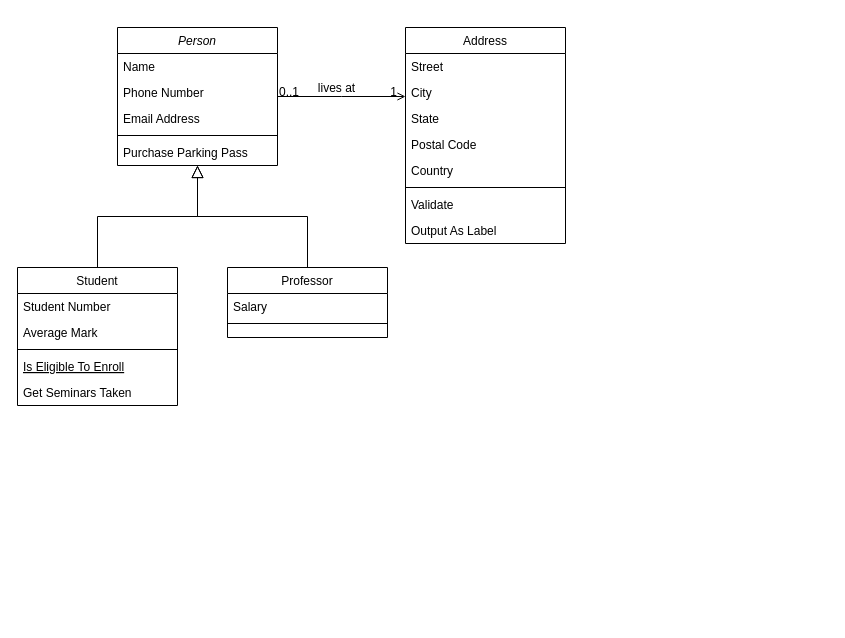
Above: Szinező/Szinezo_UML.drawio in sandbox-jatek/aktivjatekok (draw.io), before the change. Source tidied: cells renumbered, new cells numbered last; positions are measured from the earlier drawing's top-left corner, leaving out a move shared by most shapes. Both pictures are drawn from the tidied source at 100%, with x=0, y=0 at pixel (17, 27).
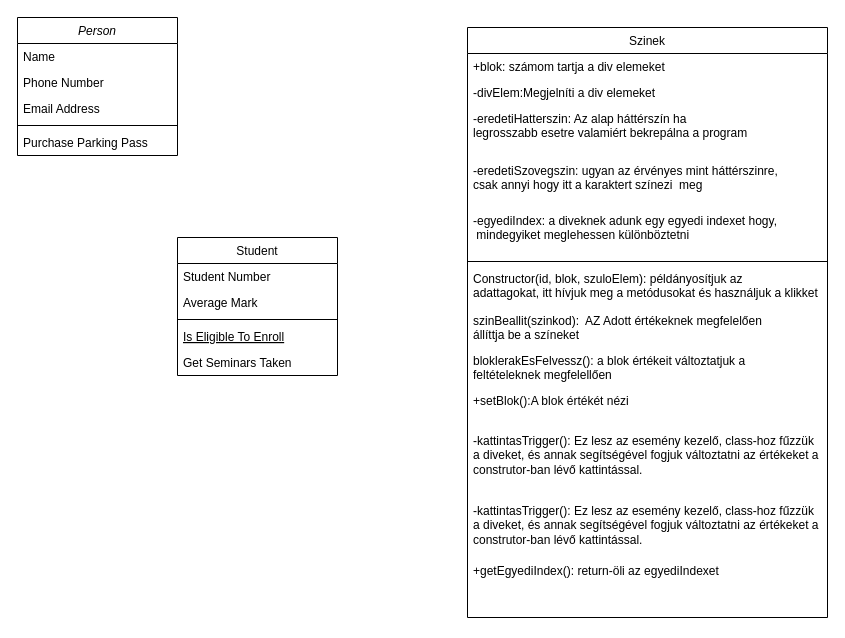
The same diagram, later.

Commit message (it also covers changes not shown here):
Szinező dizájn és UML ábra frissítése

What changed in the source:
```diff
@@
     <mxCell id="2" value="Person" style="swimlane;fontStyle=2;align=center;verticalAlign=top;horizontal=1;startSize=26;rounded=0;shadow=0;strokeWidth=1;" parent="1" vertex="1">
-      <mxGeometry x="100" width="160" height="138" as="geometry" />
+      <mxGeometry y="-10" width="160" height="138" as="geometry" />
     </mxCell>
@@
     <mxCell id="8" value="Student" style="swimlane;fontStyle=0;align=center;verticalAlign=top;horizontal=1;startSize=26;rounded=0;shadow=0;strokeWidth=1;" parent="1" vertex="1">
-      <mxGeometry y="240" width="160" height="138" as="geometry" />
+      <mxGeometry x="160" y="210" width="160" height="138" as="geometry" />
     </mxCell>
@@
-    <mxCell id="14" style="endArrow=block;endSize=10;endFill=0;shadow=0;strokeWidth=1;rounded=0;edgeStyle=elbowEdgeStyle;elbow=vertical;" parent="1" edge="1" source="8" target="2">
-      <mxGeometry relative="1" as="geometry" />
-    </mxCell>
-    <mxCell id="15" value="Professor" style="swimlane;fontStyle=0;align=center;verticalAlign=top;horizontal=1;startSize=26;rounded=0;shadow=0;strokeWidth=1;" parent="1" vertex="1">
-      <mxGeometry x="210" y="240" width="160" height="70" as="geometry" />
-    </mxCell>
-    <mxCell id="16" value="Salary" style="text;align=left;verticalAlign=top;spacingLeft=4;spacingRight=4;overflow=hidden;" parent="15" vertex="1">
-      <mxGeometry y="26" width="160" height="26" as="geometry" />
-    </mxCell>
-    <mxCell id="17" style="line;html=1;strokeWidth=1;align=left;verticalAlign=middle;spacingTop=-1;spacingLeft=3;spacingRight=3;labelPosition=right;" parent="15" vertex="1">
-      <mxGeometry y="52" width="160" height="8" as="geometry" />
-    </mxCell>
-    <mxCell id="18" style="endArrow=block;endSize=10;endFill=0;shadow=0;strokeWidth=1;rounded=0;edgeStyle=elbowEdgeStyle;elbow=vertical;" parent="1" edge="1" source="15" target="2">
-      <mxGeometry relative="1" as="geometry" />
-    </mxCell>
-    <mxCell id="19" value="Address" style="swimlane;fontStyle=0;align=center;verticalAlign=top;horizontal=1;startSize=26;rounded=0;shadow=0;strokeWidth=1;" parent="1" vertex="1">
-      <mxGeometry x="388" width="160" height="216" as="geometry" />
+    <mxCell id="19" value="Szinek" style="swimlane;fontStyle=0;align=center;verticalAlign=top;horizontal=1;startSize=26;rounded=0;shadow=0;strokeWidth=1;" parent="1" vertex="1">
+      <mxGeometry x="450" width="360" height="590" as="geometry" />
     </mxCell>
-    <mxCell id="20" value="Street" style="text;align=left;verticalAlign=top;spacingLeft=4;spacingRight=4;overflow=hidden;" parent="19" vertex="1">
-      <mxGeometry y="26" width="160" height="26" as="geometry" />
+    <mxCell id="20" value="+blok: számom tartja a div elemeket" style="text;align=left;verticalAlign=top;spacingLeft=4;spacingRight=4;overflow=hidden;" parent="19" vertex="1">
+      <mxGeometry y="26" width="360" height="26" as="geometry" />
     </mxCell>
-    <mxCell id="21" value="City" style="text;align=left;verticalAlign=top;spacingLeft=4;spacingRight=4;overflow=hidden;rounded=0;shadow=0;html=0;" parent="19" vertex="1">
-      <mxGeometry y="52" width="160" height="26" as="geometry" />
+    <mxCell id="21" value="-divElem:Megjelníti a div elemeket" style="text;align=left;verticalAlign=top;spacingLeft=4;spacingRight=4;overflow=hidden;rounded=0;shadow=0;html=0;" parent="19" vertex="1">
+      <mxGeometry y="52" width="360" height="26" as="geometry" />
     </mxCell>
-    <mxCell id="22" value="State" style="text;align=left;verticalAlign=top;spacingLeft=4;spacingRight=4;overflow=hidden;rounded=0;shadow=0;html=0;" parent="19" vertex="1">
-      <mxGeometry y="78" width="160" height="26" as="geometry" />
+    <mxCell id="22" value="-eredetiHatterszin: Az alap háttérszín ha &#10;legrosszabb esetre valamiért bekrepálna a program" style="text;align=left;verticalAlign=top;spacingLeft=4;spacingRight=4;overflow=hidden;rounded=0;shadow=0;html=0;" parent="19" vertex="1">
+      <mxGeometry y="78" width="360" height="52" as="geometry" />
     </mxCell>
-    <mxCell id="23" value="Postal Code" style="text;align=left;verticalAlign=top;spacingLeft=4;spacingRight=4;overflow=hidden;rounded=0;shadow=0;html=0;" parent="19" vertex="1">
-      <mxGeometry y="104" width="160" height="26" as="geometry" />
+    <mxCell id="23" value="-eredetiSzovegszin: ugyan az érvényes mint háttérszinre, &#10;csak annyi hogy itt a karaktert színezi  meg" style="text;align=left;verticalAlign=top;spacingLeft=4;spacingRight=4;overflow=hidden;rounded=0;shadow=0;html=0;" parent="19" vertex="1">
+      <mxGeometry y="130" width="360" height="50" as="geometry" />
     </mxCell>
-    <mxCell id="24" value="Country" style="text;align=left;verticalAlign=top;spacingLeft=4;spacingRight=4;overflow=hidden;rounded=0;shadow=0;html=0;" parent="19" vertex="1">
-      <mxGeometry y="130" width="160" height="26" as="geometry" />
+    <mxCell id="24" value="-egyediIndex: a diveknek adunk egy egyedi indexet hogy,&#10; mindegyiket meglehessen különböztetni" style="text;align=left;verticalAlign=top;spacingLeft=4;spacingRight=4;overflow=hidden;rounded=0;shadow=0;html=0;" parent="19" vertex="1">
+      <mxGeometry y="180" width="360" height="50" as="geometry" />
     </mxCell>
     <mxCell id="25" style="line;html=1;strokeWidth=1;align=left;verticalAlign=middle;spacingTop=-1;spacingLeft=3;spacingRight=3;labelPosition=right;" parent="19" vertex="1">
-      <mxGeometry y="156" width="160" height="8" as="geometry" />
+      <mxGeometry y="230" width="360" height="8" as="geometry" />
     </mxCell>
-    <mxCell id="26" value="Validate" style="text;align=left;verticalAlign=top;spacingLeft=4;spacingRight=4;overflow=hidden;" parent="19" vertex="1">
-      <mxGeometry y="164" width="160" height="26" as="geometry" />
+    <mxCell id="26" value="Constructor(id, blok, szuloElem): példányosítjuk az &#10;adattagokat, itt hívjuk meg a metódusokat és használjuk a klikket " style="text;align=left;verticalAlign=top;spacingLeft=4;spacingRight=4;overflow=hidden;" parent="19" vertex="1">
+      <mxGeometry y="238" width="360" height="42" as="geometry" />
     </mxCell>
-    <mxCell id="27" value="Output As Label" style="text;align=left;verticalAlign=top;spacingLeft=4;spacingRight=4;overflow=hidden;" parent="19" vertex="1">
-      <mxGeometry y="190" width="160" height="26" as="geometry" />
+    <mxCell id="27" value="szinBeallit(szinkod):  AZ Adott értékeknek megfelelően &#10;állíttja be a színeket" style="text;align=left;verticalAlign=top;spacingLeft=4;spacingRight=4;overflow=hidden;" parent="19" vertex="1">
+      <mxGeometry y="280" width="360" height="40" as="geometry" />
     </mxCell>
-    <mxCell id="28" style="endArrow=open;shadow=0;strokeWidth=1;rounded=0;endFill=1;edgeStyle=elbowEdgeStyle;elbow=vertical;" parent="1" edge="1" source="2" target="19">
-      <mxGeometry x="0.5" y="41" relative="1" as="geometry">
-        <mxPoint x="-40" y="32" as="offset" />
-      </mxGeometry>
-    </mxCell>
-    <mxCell id="29" value="0..1" style="align=left;verticalAlign=bottom;labelBackgroundColor=none;fontSize=12;" parent="28" vertex="1">
-      <mxGeometry x="-1" relative="1" as="geometry">
-        <mxPoint y="4" as="offset" />
-      </mxGeometry>
-    </mxCell>
-    <mxCell id="30" value="1" style="align=right;verticalAlign=bottom;labelBackgroundColor=none;fontSize=12;" parent="28" vertex="1">
-      <mxGeometry x="1" relative="1" as="geometry">
-        <mxPoint x="-7" y="4" as="offset" />
-      </mxGeometry>
-    </mxCell>
-    <mxCell id="31" value="lives at" style="text;html=1;align=center;verticalAlign=middle;labelBackgroundColor=none;rounded=0;shadow=0;strokeWidth=1;fontSize=12;" parent="28" vertex="1">
-      <mxGeometry x="0.5" y="49" relative="1" as="geometry">
-        <mxPoint x="-38" y="40" as="offset" />
-      </mxGeometry>
-    </mxCell>
+    <mxCell id="32" value="bloklerakEsFelvessz(): a blok értékeit változtatjuk a &#10;feltételeknek megfelellően" style="text;align=left;verticalAlign=top;spacingLeft=4;spacingRight=4;overflow=hidden;" parent="19" vertex="1">
+      <mxGeometry y="320" width="360" height="40" as="geometry" />
+    </mxCell>
+    <mxCell id="33" value="+setBlok():A blok értékét nézi" style="text;align=left;verticalAlign=top;spacingLeft=4;spacingRight=4;overflow=hidden;" parent="19" vertex="1">
+      <mxGeometry y="360" width="360" height="40" as="geometry" />
+    </mxCell>
+    <mxCell id="34" value="-kattintasTrigger(): Ez lesz az esemény kezelő, class-hoz fűzzük a diveket, és annak segítségével fogjuk változtatni az értékeket a construtor-ban lévő kattintással." style="text;strokeColor=none;fillColor=none;align=left;verticalAlign=top;spacingLeft=4;spacingRight=4;overflow=hidden;whiteSpace=wrap;html=1;" parent="19" vertex="1">
+      <mxGeometry y="400" width="360" height="70" as="geometry" />
+    </mxCell>
+    <mxCell id="35" value="-kattintasTrigger(): Ez lesz az esemény kezelő, class-hoz fűzzük a diveket, és annak segítségével fogjuk változtatni az értékeket a construtor-ban lévő kattintással." style="text;strokeColor=none;fillColor=none;align=left;verticalAlign=top;spacingLeft=4;spacingRight=4;overflow=hidden;whiteSpace=wrap;html=1;" parent="19" vertex="1">
+      <mxGeometry y="470" width="360" height="60" as="geometry" />
+    </mxCell>
+    <mxCell id="36" value="+getEgyediIndex(): return-öli az egyediIndexet" style="text;strokeColor=none;fillColor=none;align=left;verticalAlign=top;spacingLeft=4;spacingRight=4;overflow=hidden;whiteSpace=wrap;html=1;" parent="19" vertex="1">
+      <mxGeometry y="530" width="360" height="60" as="geometry" />
+    </mxCell>
```
